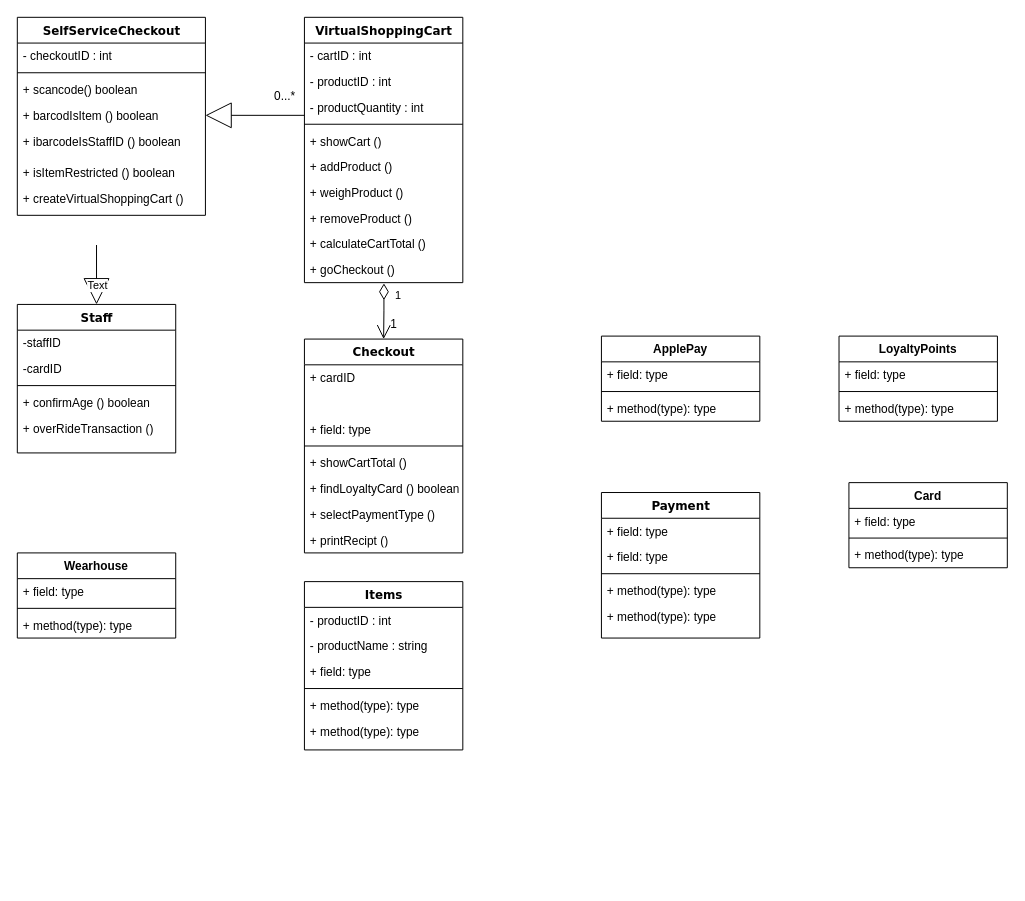
Earlier version of the draw.io diagram SystemDiagram.drawio (Richard-A-llen/Python). Source tidied: cells renumbered, new cells numbered last; positions are measured from the earlier drawing's top-left corner, leaving out a move shared by most shapes. Both pictures are drawn from the tidied source at 99%, with x=0, y=0 at pixel (17, 17).
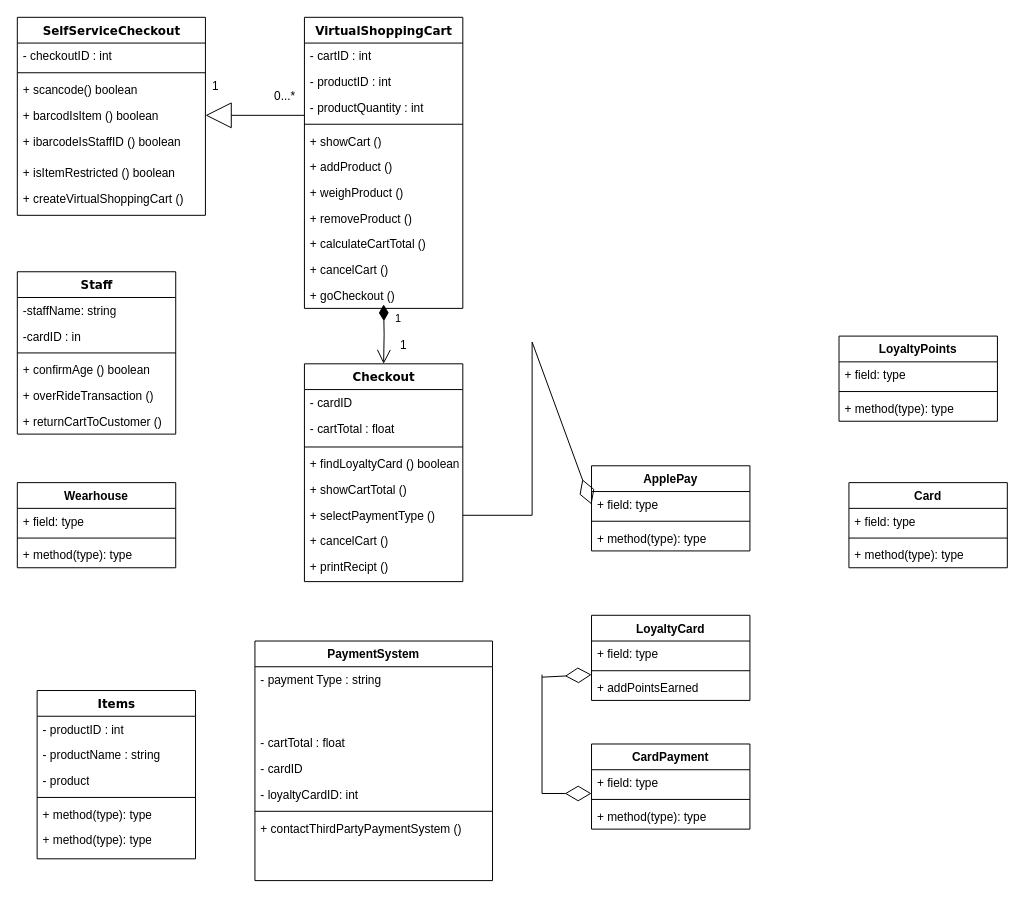
The same page after the edit.

Unchanged cells that the change refers to:
```xml
<mxCell id="44" value="+ field: type" style="text;strokeColor=none;fillColor=none;align=left;verticalAlign=top;spacingLeft=4;spacingRight=4;overflow=hidden;points=[[0,0.5],[1,0.5]];portConstraint=eastwest;" parent="43" vertex="1">
  <mxGeometry y="26" width="160" height="26" as="geometry" />
</mxCell>
```

Diff of the diagram source:
```diff
@@
     <mxCell id="10" value="VirtualShoppingCart" style="swimlane;html=1;fontStyle=1;align=center;verticalAlign=top;horizontal=1;startSize=26;swimlaneFillColor=#ffffff;rounded=0;shadow=0;comic=0;labelBackgroundColor=none;strokeWidth=1;fillColor=none;fontFamily=Verdana;fontSize=12;" parent="1" vertex="1">
-      <mxGeometry x="290" width="160" height="268" as="geometry" />
+      <mxGeometry x="290" width="160" height="294" as="geometry" />
     </mxCell>
@@
+    <mxCell id="71" value="+ cancelCart ()" style="text;strokeColor=none;fillColor=none;align=left;verticalAlign=top;spacingLeft=4;spacingRight=4;overflow=hidden;" parent="10" vertex="1">
+      <mxGeometry y="242" width="160" height="26" as="geometry" />
+    </mxCell>
+    <mxCell id="68" value="+ goCheckout ()" style="text;strokeColor=none;fillColor=none;align=left;verticalAlign=top;spacingLeft=4;spacingRight=4;overflow=hidden;points=[[0,0.5],[1,0.5]];portConstraint=eastwest;" parent="10" vertex="1">
+      <mxGeometry y="268" width="160" height="26" as="geometry" />
+    </mxCell>
     <mxCell id="20" value="Staff" style="swimlane;html=1;fontStyle=1;align=center;verticalAlign=top;horizontal=1;startSize=26;swimlaneFillColor=#ffffff;rounded=0;shadow=0;comic=0;labelBackgroundColor=none;strokeWidth=1;fillColor=none;fontFamily=Verdana;fontSize=12;" parent="1" vertex="1">
-      <mxGeometry y="290" width="160" height="150" as="geometry" />
+      <mxGeometry y="257" width="160" height="164" as="geometry" />
     </mxCell>
-    <mxCell id="21" value="-staffID" style="text;html=1;strokeColor=none;fillColor=none;align=left;verticalAlign=top;spacingLeft=4;spacingRight=4;whiteSpace=wrap;overflow=hidden;" parent="20" vertex="1">
+    <mxCell id="21" value="-staffName: string" style="text;html=1;strokeColor=none;fillColor=none;align=left;verticalAlign=top;spacingLeft=4;spacingRight=4;whiteSpace=wrap;overflow=hidden;" parent="20" vertex="1">
       <mxGeometry y="26" width="160" height="26" as="geometry" />
     </mxCell>
-    <mxCell id="22" value="-cardID" style="text;html=1;strokeColor=none;fillColor=none;align=left;verticalAlign=top;spacingLeft=4;spacingRight=4;whiteSpace=wrap;overflow=hidden;" parent="20" vertex="1">
+    <mxCell id="22" value="-cardID : in" style="text;html=1;strokeColor=none;fillColor=none;align=left;verticalAlign=top;spacingLeft=4;spacingRight=4;whiteSpace=wrap;overflow=hidden;" parent="20" vertex="1">
       <mxGeometry y="52" width="160" height="26" as="geometry" />
     </mxCell>
@@
+    <mxCell id="72" value="+ returnCartToCustomer ()" style="text;strokeColor=none;fillColor=none;align=left;verticalAlign=top;spacingLeft=4;spacingRight=4;overflow=hidden;" parent="20" vertex="1">
+      <mxGeometry y="138" width="160" height="26" as="geometry" />
+    </mxCell>
     <mxCell id="26" value="Items" style="swimlane;html=1;fontStyle=1;align=center;verticalAlign=top;horizontal=1;startSize=26;swimlaneFillColor=#ffffff;rounded=0;shadow=0;comic=0;labelBackgroundColor=none;strokeWidth=1;fillColor=none;fontFamily=Verdana;fontSize=12;" parent="1" vertex="1">
-      <mxGeometry x="290" y="570" width="160" height="170" as="geometry" />
+      <mxGeometry x="20" y="680" width="160" height="170" as="geometry" />
     </mxCell>
@@
-    <mxCell id="29" value="+ field: type" style="text;html=1;strokeColor=none;fillColor=none;align=left;verticalAlign=top;spacingLeft=4;spacingRight=4;whiteSpace=wrap;overflow=hidden;" parent="26" vertex="1">
+    <mxCell id="29" value="- product" style="text;html=1;strokeColor=none;fillColor=none;align=left;verticalAlign=top;spacingLeft=4;spacingRight=4;whiteSpace=wrap;overflow=hidden;" parent="26" vertex="1">
       <mxGeometry y="78" width="160" height="26" as="geometry" />
     </mxCell>
@@
-    <mxCell id="33" value="Payment" style="swimlane;html=1;fontStyle=1;align=center;verticalAlign=top;horizontal=1;startSize=26;swimlaneFillColor=#ffffff;rounded=0;shadow=0;comic=0;labelBackgroundColor=none;strokeWidth=1;fillColor=none;fontFamily=Verdana;fontSize=12;" parent="1" vertex="1">
-      <mxGeometry x="590" y="480" width="160" height="147" as="geometry" />
-    </mxCell>
-    <mxCell id="34" value="+ field: type" style="text;html=1;strokeColor=none;fillColor=none;align=left;verticalAlign=top;spacingLeft=4;spacingRight=4;whiteSpace=wrap;overflow=hidden;" parent="33" vertex="1">
-      <mxGeometry y="26" width="160" height="26" as="geometry" />
-    </mxCell>
-    <mxCell id="35" value="+ field: type" style="text;html=1;strokeColor=none;fillColor=none;align=left;verticalAlign=top;spacingLeft=4;spacingRight=4;whiteSpace=wrap;overflow=hidden;" parent="33" vertex="1">
-      <mxGeometry y="52" width="160" height="26" as="geometry" />
-    </mxCell>
-    <mxCell id="36" style="line;html=1;strokeWidth=1;fillColor=none;align=left;verticalAlign=middle;spacingTop=-1;spacingLeft=3;spacingRight=3;labelPosition=right;" parent="33" vertex="1">
-      <mxGeometry y="78" width="160" height="8" as="geometry" />
-    </mxCell>
-    <mxCell id="37" value="+ method(type): type" style="text;html=1;strokeColor=none;fillColor=none;align=left;verticalAlign=top;spacingLeft=4;spacingRight=4;whiteSpace=wrap;overflow=hidden;" parent="33" vertex="1">
-      <mxGeometry y="86" width="160" height="26" as="geometry" />
-    </mxCell>
-    <mxCell id="38" value="+ method(type): type" style="text;html=1;strokeColor=none;fillColor=none;align=left;verticalAlign=top;spacingLeft=4;spacingRight=4;whiteSpace=wrap;overflow=hidden;" parent="33" vertex="1">
-      <mxGeometry y="112" width="160" height="26" as="geometry" />
-    </mxCell>
@@
     <mxCell id="43" value="ApplePay" style="swimlane;fontStyle=1;align=center;verticalAlign=top;horizontal=1;startSize=26;" parent="1" vertex="1">
-      <mxGeometry x="590" y="322" width="160" height="86" as="geometry" />
+      <mxGeometry x="580" y="453" width="160" height="86" as="geometry" />
     </mxCell>
@@
     <mxCell id="51" value="Checkout" style="swimlane;html=1;fontStyle=1;align=center;verticalAlign=top;horizontal=1;startSize=26;swimlaneFillColor=#ffffff;rounded=0;shadow=0;comic=0;labelBackgroundColor=none;strokeWidth=1;fillColor=none;fontFamily=Verdana;fontSize=12;" parent="1" vertex="1">
-      <mxGeometry x="290" y="325" width="160" height="216" as="geometry" />
+      <mxGeometry x="290" y="350" width="160" height="220" as="geometry" />
     </mxCell>
-    <mxCell id="52" value="+ cardID" style="text;html=1;strokeColor=none;fillColor=none;align=left;verticalAlign=top;spacingLeft=4;spacingRight=4;whiteSpace=wrap;overflow=hidden;" parent="51" vertex="1">
+    <mxCell id="52" value="- cardID" style="text;html=1;strokeColor=none;fillColor=none;align=left;verticalAlign=top;spacingLeft=4;spacingRight=4;whiteSpace=wrap;overflow=hidden;" parent="51" vertex="1">
       <mxGeometry y="26" width="160" height="26" as="geometry" />
     </mxCell>
-    <mxCell id="53" style="text;html=1;strokeColor=none;fillColor=none;align=left;verticalAlign=top;spacingLeft=4;spacingRight=4;whiteSpace=wrap;overflow=hidden;" parent="51" vertex="1">
-      <mxGeometry y="52" width="160" height="26" as="geometry" />
-    </mxCell>
-    <mxCell id="54" value="+ field: type" style="text;html=1;strokeColor=none;fillColor=none;align=left;verticalAlign=top;spacingLeft=4;spacingRight=4;whiteSpace=wrap;overflow=hidden;" parent="51" vertex="1">
-      <mxGeometry y="78" width="160" height="26" as="geometry" />
-    </mxCell>
+    <mxCell id="56" value="- cartTotal : float" style="text;strokeColor=none;fillColor=none;align=left;verticalAlign=top;spacingLeft=4;spacingRight=4;overflow=hidden;" parent="51" vertex="1">
+      <mxGeometry y="52" width="160" height="28" as="geometry" />
+    </mxCell>
     <mxCell id="55" style="line;html=1;strokeWidth=1;fillColor=none;align=left;verticalAlign=middle;spacingTop=-1;spacingLeft=3;spacingRight=3;labelPosition=right;" parent="51" vertex="1">
-      <mxGeometry y="104" width="160" height="8" as="geometry" />
+      <mxGeometry y="80" width="160" height="8" as="geometry" />
     </mxCell>
-    <mxCell id="56" value="+ showCartTotal ()" style="text;strokeColor=none;fillColor=none;align=left;verticalAlign=top;spacingLeft=4;spacingRight=4;overflow=hidden;" parent="51" vertex="1">
-      <mxGeometry y="112" width="160" height="26" as="geometry" />
-    </mxCell>
     <mxCell id="57" value="+ findLoyaltyCard () boolean" style="text;strokeColor=none;fillColor=none;align=left;verticalAlign=top;spacingLeft=4;spacingRight=4;overflow=hidden;" parent="51" vertex="1">
-      <mxGeometry y="138" width="160" height="26" as="geometry" />
+      <mxGeometry y="88" width="160" height="26" as="geometry" />
     </mxCell>
+    <mxCell id="73" value="+ showCartTotal ()" style="text;strokeColor=none;fillColor=none;align=left;verticalAlign=top;spacingLeft=4;spacingRight=4;overflow=hidden;" parent="51" vertex="1">
+      <mxGeometry y="114" width="160" height="26" as="geometry" />
+    </mxCell>
     <mxCell id="58" value="+ selectPaymentType ()" style="text;strokeColor=none;fillColor=none;align=left;verticalAlign=top;spacingLeft=4;spacingRight=4;overflow=hidden;points=[[0,0.5],[1,0.5]];portConstraint=eastwest;" parent="51" vertex="1">
-      <mxGeometry y="164" width="160" height="26" as="geometry" />
+      <mxGeometry y="140" width="160" height="26" as="geometry" />
     </mxCell>
+    <mxCell id="74" value="+ cancelCart ()" style="text;strokeColor=none;fillColor=none;align=left;verticalAlign=top;spacingLeft=4;spacingRight=4;overflow=hidden;" parent="51" vertex="1">
+      <mxGeometry y="166" width="160" height="26" as="geometry" />
+    </mxCell>
     <mxCell id="59" value="+ printRecipt ()" style="text;html=1;strokeColor=none;fillColor=none;align=left;verticalAlign=top;spacingLeft=4;spacingRight=4;whiteSpace=wrap;overflow=hidden;" parent="51" vertex="1">
-      <mxGeometry y="190" width="160" height="26" as="geometry" />
+      <mxGeometry y="192" width="160" height="26" as="geometry" />
     </mxCell>
     <mxCell id="60" value="Wearhouse" style="swimlane;fontStyle=1;align=center;verticalAlign=top;horizontal=1;startSize=26;" parent="1" vertex="1">
-      <mxGeometry y="541" width="160" height="86" as="geometry" />
+      <mxGeometry y="470" width="160" height="86" as="geometry" />
     </mxCell>
@@
-    <mxCell id="64" style="endArrow=block;endFill=0;endSize=24;html=1;rounded=0;entryX=0.5;entryY=0;entryDx=0;entryDy=0;" parent="1" edge="1" target="20">
-      <mxGeometry relative="1" as="geometry">
-        <mxPoint x="80" y="230" as="sourcePoint" />
-      </mxGeometry>
-    </mxCell>
-    <mxCell id="65" value="Text" style="edgeLabel;html=1;align=center;verticalAlign=middle;" parent="64" vertex="1">
-      <mxGeometry x="0.34" relative="1" as="geometry" />
-    </mxCell>
     <mxCell id="66" value="1" style="text;html=1;align=center;verticalAlign=middle;strokeColor=none;fillColor=none;" parent="1" vertex="1">
-      <mxGeometry x="370" y="300" width="20" height="20" as="geometry" />
+      <mxGeometry x="380" y="322" width="20" height="20" as="geometry" />
     </mxCell>
-    <mxCell id="67" value="1" style="endArrow=open;html=1;endSize=12;startArrow=diamondThin;startSize=14;startFill=0;edgeStyle=orthogonalEdgeStyle;align=left;verticalAlign=bottom;rounded=0;targetPerimeterSpacing=0;entryX=0.5;entryY=0;entryDx=0;entryDy=0;exitX=0.502;exitY=1.028;exitDx=0;exitDy=0;exitPerimeter=0;" parent="1" edge="1" source="68" target="51">
-      <mxGeometry x="-0.25" y="10" relative="1" as="geometry" />
+    <mxCell id="67" value="1" style="endArrow=open;html=1;endSize=12;startArrow=diamondThin;startSize=14;startFill=1;edgeStyle=orthogonalEdgeStyle;align=left;verticalAlign=bottom;rounded=0;targetPerimeterSpacing=0;entryX=0.5;entryY=0;entryDx=0;entryDy=0;" parent="1" edge="1" target="51">
+      <mxGeometry x="-0.25" y="10" relative="1" as="geometry">
+        <mxPoint x="370" y="290" as="sourcePoint" />
+      </mxGeometry>
     </mxCell>
-    <mxCell id="68" value="+ goCheckout ()" style="text;strokeColor=none;fillColor=none;align=left;verticalAlign=top;spacingLeft=4;spacingRight=4;overflow=hidden;points=[[0,0.5],[1,0.5]];portConstraint=eastwest;" parent="1" vertex="1">
-      <mxGeometry x="290" y="242" width="160" height="26" as="geometry" />
-    </mxCell>
@@
+    <mxCell id="75" value="1" style="text;html=1;align=center;verticalAlign=middle;strokeColor=none;fillColor=none;" parent="1" vertex="1">
+      <mxGeometry x="190" y="60" width="20" height="20" as="geometry" />
+    </mxCell>
+    <mxCell id="76" value="LoyaltyCard" style="swimlane;fontStyle=1;align=center;verticalAlign=top;horizontal=1;startSize=26;" parent="1" vertex="1">
+      <mxGeometry x="580" y="604" width="160" height="86" as="geometry" />
+    </mxCell>
+    <mxCell id="77" value="+ field: type" style="text;strokeColor=none;fillColor=none;align=left;verticalAlign=top;spacingLeft=4;spacingRight=4;overflow=hidden;" parent="76" vertex="1">
+      <mxGeometry y="26" width="160" height="26" as="geometry" />
+    </mxCell>
+    <mxCell id="78" style="line;strokeWidth=1;fillColor=none;align=left;verticalAlign=middle;spacingTop=-1;spacingLeft=3;spacingRight=3;labelPosition=right;" parent="76" vertex="1">
+      <mxGeometry y="52" width="160" height="8" as="geometry" />
+    </mxCell>
+    <mxCell id="79" value="+ addPointsEarned" style="text;strokeColor=none;fillColor=none;align=left;verticalAlign=top;spacingLeft=4;spacingRight=4;overflow=hidden;" parent="76" vertex="1">
+      <mxGeometry y="60" width="160" height="26" as="geometry" />
+    </mxCell>
+    <mxCell id="80" value="CardPayment" style="swimlane;fontStyle=1;align=center;verticalAlign=top;horizontal=1;startSize=26;" parent="1" vertex="1">
+      <mxGeometry x="580" y="734" width="160" height="86" as="geometry" />
+    </mxCell>
+    <mxCell id="81" value="+ field: type" style="text;strokeColor=none;fillColor=none;align=left;verticalAlign=top;spacingLeft=4;spacingRight=4;overflow=hidden;" parent="80" vertex="1">
+      <mxGeometry y="26" width="160" height="26" as="geometry" />
+    </mxCell>
+    <mxCell id="82" style="line;strokeWidth=1;fillColor=none;align=left;verticalAlign=middle;spacingTop=-1;spacingLeft=3;spacingRight=3;labelPosition=right;" parent="80" vertex="1">
+      <mxGeometry y="52" width="160" height="8" as="geometry" />
+    </mxCell>
+    <mxCell id="83" value="+ method(type): type" style="text;strokeColor=none;fillColor=none;align=left;verticalAlign=top;spacingLeft=4;spacingRight=4;overflow=hidden;" parent="80" vertex="1">
+      <mxGeometry y="60" width="160" height="26" as="geometry" />
+    </mxCell>
+    <mxCell id="84" style="endArrow=diamondThin;endFill=0;endSize=24;html=1;rounded=0;targetPerimeterSpacing=0;entryX=0;entryY=0.5;entryDx=0;entryDy=0;exitX=1;exitY=0.5;exitDx=0;exitDy=0;" parent="1" edge="1" source="58" target="44">
+      <mxGeometry relative="1" as="geometry">
+        <Array as="points">
+          <mxPoint x="520" y="503" />
+          <mxPoint x="520" y="328" />
+        </Array>
+      </mxGeometry>
+    </mxCell>
+    <mxCell id="85" style="endArrow=diamondThin;endFill=0;endSize=24;html=1;rounded=0;targetPerimeterSpacing=0;" parent="1" edge="1">
+      <mxGeometry relative="1" as="geometry">
+        <mxPoint x="530" y="666.5" as="sourcePoint" />
+        <mxPoint x="580" y="664" as="targetPoint" />
+      </mxGeometry>
+    </mxCell>
+    <mxCell id="86" style="endArrow=diamondThin;endFill=0;endSize=24;html=1;rounded=0;targetPerimeterSpacing=0;" parent="1" edge="1">
+      <mxGeometry relative="1" as="geometry">
+        <mxPoint x="530" y="664" as="sourcePoint" />
+        <mxPoint x="580" y="784" as="targetPoint" />
+        <Array as="points">
+          <mxPoint x="530" y="784" />
+        </Array>
+      </mxGeometry>
+    </mxCell>
+    <mxCell id="87" value="PaymentSystem" style="swimlane;fontStyle=1;align=center;verticalAlign=top;horizontal=1;startSize=26;" parent="1" vertex="1">
+      <mxGeometry x="240" y="630" width="240" height="242" as="geometry" />
+    </mxCell>
+    <mxCell id="88" value="- payment Type : string" style="text;strokeColor=none;fillColor=none;align=left;verticalAlign=top;spacingLeft=4;spacingRight=4;overflow=hidden;" parent="87" vertex="1">
+      <mxGeometry y="26" width="240" height="64" as="geometry" />
+    </mxCell>
+    <mxCell id="89" value="- cartTotal : float" style="text;strokeColor=none;fillColor=none;align=left;verticalAlign=top;spacingLeft=4;spacingRight=4;overflow=hidden;" parent="87" vertex="1">
+      <mxGeometry y="90" width="240" height="26" as="geometry" />
+    </mxCell>
+    <mxCell id="90" value="- cardID" style="text;strokeColor=none;fillColor=none;align=left;verticalAlign=top;spacingLeft=4;spacingRight=4;overflow=hidden;" parent="87" vertex="1">
+      <mxGeometry y="116" width="240" height="26" as="geometry" />
+    </mxCell>
+    <mxCell id="91" value="- loyaltyCardID: int" style="text;strokeColor=none;fillColor=none;align=left;verticalAlign=top;spacingLeft=4;spacingRight=4;overflow=hidden;" parent="87" vertex="1">
+      <mxGeometry y="142" width="240" height="26" as="geometry" />
+    </mxCell>
+    <mxCell id="92" style="line;strokeWidth=1;fillColor=none;align=left;verticalAlign=middle;spacingTop=-1;spacingLeft=3;spacingRight=3;labelPosition=right;" parent="87" vertex="1">
+      <mxGeometry y="168" width="240" height="8" as="geometry" />
+    </mxCell>
+    <mxCell id="93" value="+ contactThirdPartyPaymentSystem ()" style="text;strokeColor=none;fillColor=none;align=left;verticalAlign=top;spacingLeft=4;spacingRight=4;overflow=hidden;" parent="87" vertex="1">
+      <mxGeometry y="176" width="240" height="66" as="geometry" />
+    </mxCell>
```
